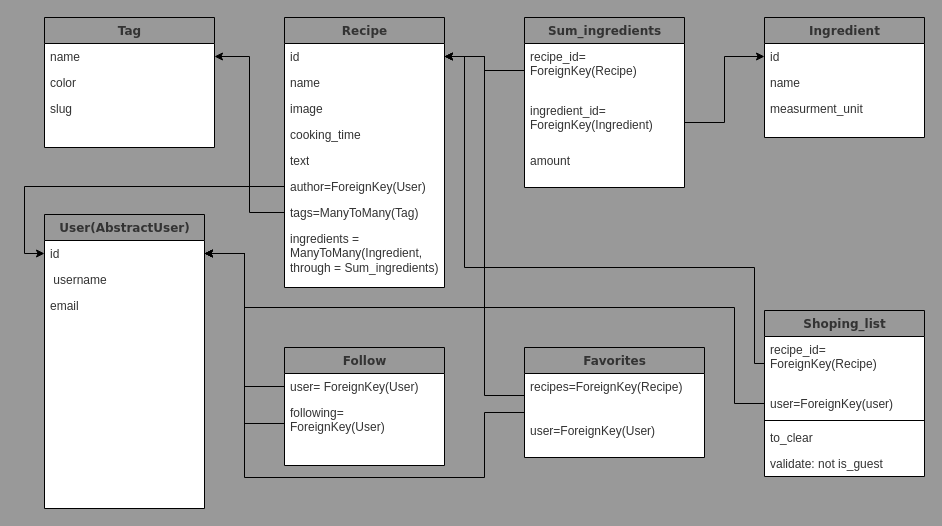
number92/Foodgram keeps this draw.io diagram as backend/Models.drawio. Above is the earlier version. Source tidied: cells renumbered, new cells numbered last; positions are measured from the earlier drawing's top-left corner, leaving out a move shared by most shapes. Both pictures are drawn from the tidied source at 100%, with x=0, y=0 at pixel (44, 17).
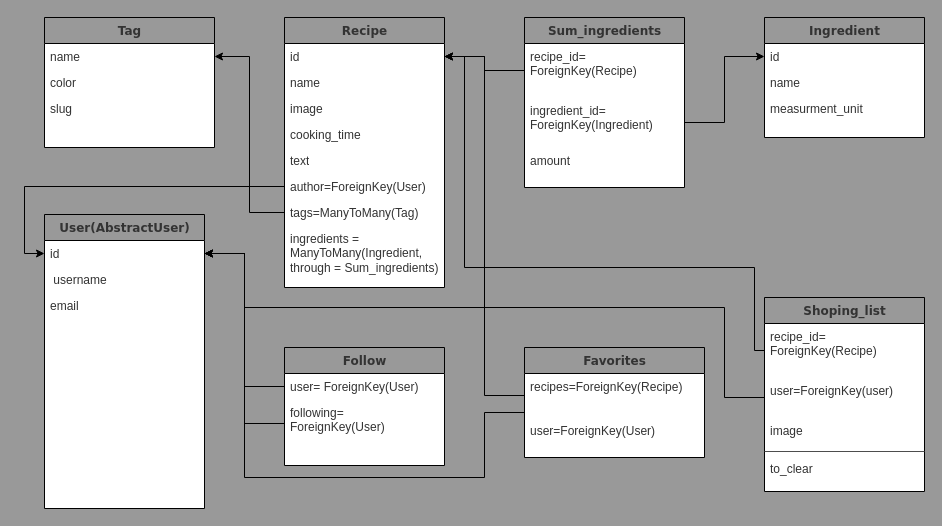
The same page after the edit.

Commit message (it also covers changes not shown here):
add models recipes

Unchanged cells that the change refers to:
```xml
<mxCell id="3" value="id" style="text;html=1;strokeColor=none;fillColor=none;align=left;verticalAlign=top;spacingLeft=4;spacingRight=4;whiteSpace=wrap;overflow=hidden;points=[[0,0.5],[1,0.5]];portConstraint=eastwest;fontColor=#333333;" parent="2" vertex="1">
  <mxGeometry y="26" width="160" height="26" as="geometry" />
</mxCell>
<mxCell id="20" value="id" style="text;html=1;strokeColor=none;fillColor=none;align=left;verticalAlign=top;spacingLeft=4;spacingRight=4;whiteSpace=wrap;overflow=hidden;points=[[0,0.5],[1,0.5]];portConstraint=eastwest;fontColor=#333333;" parent="19" vertex="1">
  <mxGeometry y="26" width="160" height="26" as="geometry" />
</mxCell>
<mxCell id="31" value="recipe_id=&lt;br&gt;ForeignKey(Recipe)" style="text;html=1;strokeColor=none;fillColor=none;align=left;verticalAlign=top;spacingLeft=4;spacingRight=4;whiteSpace=wrap;overflow=hidden;points=[[0,0.5],[1,0.5]];portConstraint=eastwest;fontColor=#333333;" parent="30" vertex="1">
  <mxGeometry y="26" width="160" height="54" as="geometry" />
</mxCell>
```

The edit, as a diff of the source:
```diff
@@
     <mxCell id="30" value="Shoping_list" style="swimlane;html=1;fontStyle=1;align=center;verticalAlign=top;horizontal=1;startSize=26;swimlaneFillColor=#ffffff;rounded=0;shadow=0;comic=0;labelBackgroundColor=none;strokeWidth=1;fillColor=none;fontFamily=Verdana;fontSize=12;fontColor=#333333;" parent="1" vertex="1">
-      <mxGeometry x="720" y="293" width="160" height="166" as="geometry" />
+      <mxGeometry x="720" y="280" width="160" height="194" as="geometry" />
     </mxCell>
@@
+    <mxCell id="49" value="user=ForeignKey(user)" style="text;html=1;strokeColor=none;fillColor=none;align=left;verticalAlign=top;spacingLeft=4;spacingRight=4;whiteSpace=wrap;overflow=hidden;points=[[0,0.5],[1,0.5]];portConstraint=eastwest;fontColor=#333333;" parent="30" vertex="1">
+      <mxGeometry y="80" width="160" height="40" as="geometry" />
+    </mxCell>
-    <mxCell id="32" value="user=ForeignKey(user)" style="text;html=1;strokeColor=none;fillColor=none;align=left;verticalAlign=top;spacingLeft=4;spacingRight=4;whiteSpace=wrap;overflow=hidden;points=[[0,0.5],[1,0.5]];portConstraint=eastwest;fontColor=#333333;" parent="30" vertex="1">
-      <mxGeometry y="80" width="160" height="26" as="geometry" />
+    <mxCell id="32" value="image" style="text;html=1;strokeColor=none;fillColor=none;align=left;verticalAlign=top;spacingLeft=4;spacingRight=4;whiteSpace=wrap;overflow=hidden;points=[[0,0.5],[1,0.5]];portConstraint=eastwest;fontColor=#333333;" parent="30" vertex="1">
+      <mxGeometry y="120" width="160" height="30" as="geometry" />
     </mxCell>
-    <mxCell id="33" style="line;html=1;strokeWidth=1;fillColor=none;align=left;verticalAlign=middle;spacingTop=-1;spacingLeft=3;spacingRight=3;labelPosition=right;fontColor=#333333;" parent="30" vertex="1">
-      <mxGeometry y="106" width="160" height="8" as="geometry" />
+    <mxCell id="33" style="line;html=1;strokeWidth=1;fillColor=none;align=left;verticalAlign=middle;spacingTop=-1;spacingLeft=3;spacingRight=3;labelPosition=right;fontColor=#333333;shadow=0;strokeColor=#4D4D4D;" parent="30" vertex="1">
+      <mxGeometry y="150" width="160" height="8" as="geometry" />
     </mxCell>
     <mxCell id="34" value="to_clear" style="text;html=1;strokeColor=none;fillColor=none;align=left;verticalAlign=top;spacingLeft=4;spacingRight=4;whiteSpace=wrap;overflow=hidden;fontColor=#333333;" parent="30" vertex="1">
-      <mxGeometry y="114" width="160" height="26" as="geometry" />
+      <mxGeometry y="158" width="160" height="26" as="geometry" />
     </mxCell>
-    <mxCell id="35" value="validate: not is_guest" style="text;html=1;strokeColor=none;fillColor=none;align=left;verticalAlign=top;spacingLeft=4;spacingRight=4;whiteSpace=wrap;overflow=hidden;fontColor=#333333;" parent="30" vertex="1">
-      <mxGeometry y="140" width="160" height="26" as="geometry" />
-    </mxCell>
@@
-    <mxCell id="47" style="edgeStyle=orthogonalEdgeStyle;rounded=0;jettySize=auto;html=1;exitX=0;exitY=0.5;exitDx=0;exitDy=0;fontColor=#333333;" parent="1" edge="1" source="32" target="20">
-      <mxGeometry relative="1" as="geometry">
-        <Array as="points">
-          <mxPoint x="690" y="386" />
-          <mxPoint x="690" y="290" />
-          <mxPoint x="200" y="290" />
-          <mxPoint x="200" y="236" />
-        </Array>
-      </mxGeometry>
-    </mxCell>
     <mxCell id="48" style="edgeStyle=orthogonalEdgeStyle;rounded=0;jettySize=auto;html=1;exitX=0;exitY=0.5;exitDx=0;exitDy=0;entryX=1;entryY=0.5;entryDx=0;entryDy=0;fontColor=#333333;" parent="1" edge="1" source="31" target="3">
       <mxGeometry relative="1" as="geometry">
         <Array as="points">
-          <mxPoint x="710" y="346" />
+          <mxPoint x="710" y="333" />
           <mxPoint x="710" y="250" />
           <mxPoint x="420" y="250" />
           <mxPoint x="420" y="39" />
         </Array>
       </mxGeometry>
     </mxCell>
+    <mxCell id="50" style="edgeStyle=orthogonalEdgeStyle;html=1;exitX=0;exitY=0.5;exitDx=0;exitDy=0;entryX=1;entryY=0.5;entryDx=0;entryDy=0;elbow=vertical;rounded=0;" parent="1" edge="1" source="49" target="20">
+      <mxGeometry relative="1" as="geometry">
+        <Array as="points">
+          <mxPoint x="680" y="380" />
+          <mxPoint x="680" y="290" />
+          <mxPoint x="200" y="290" />
+          <mxPoint x="200" y="236" />
+        </Array>
+      </mxGeometry>
+    </mxCell>
```
